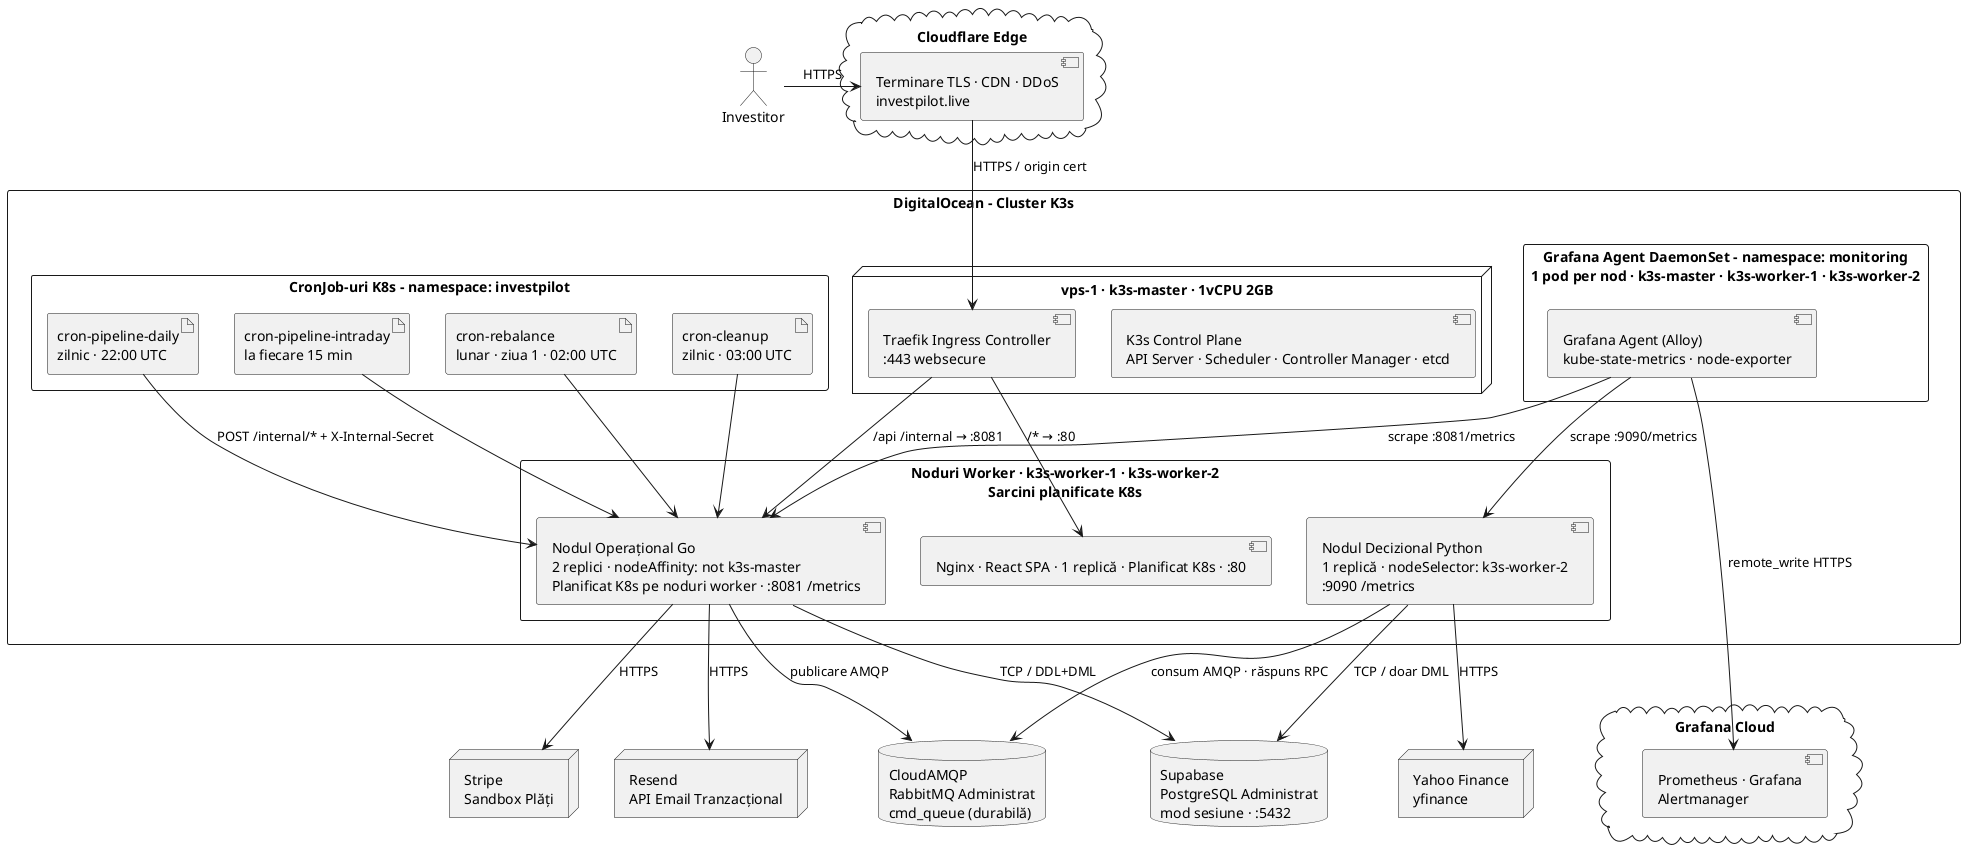
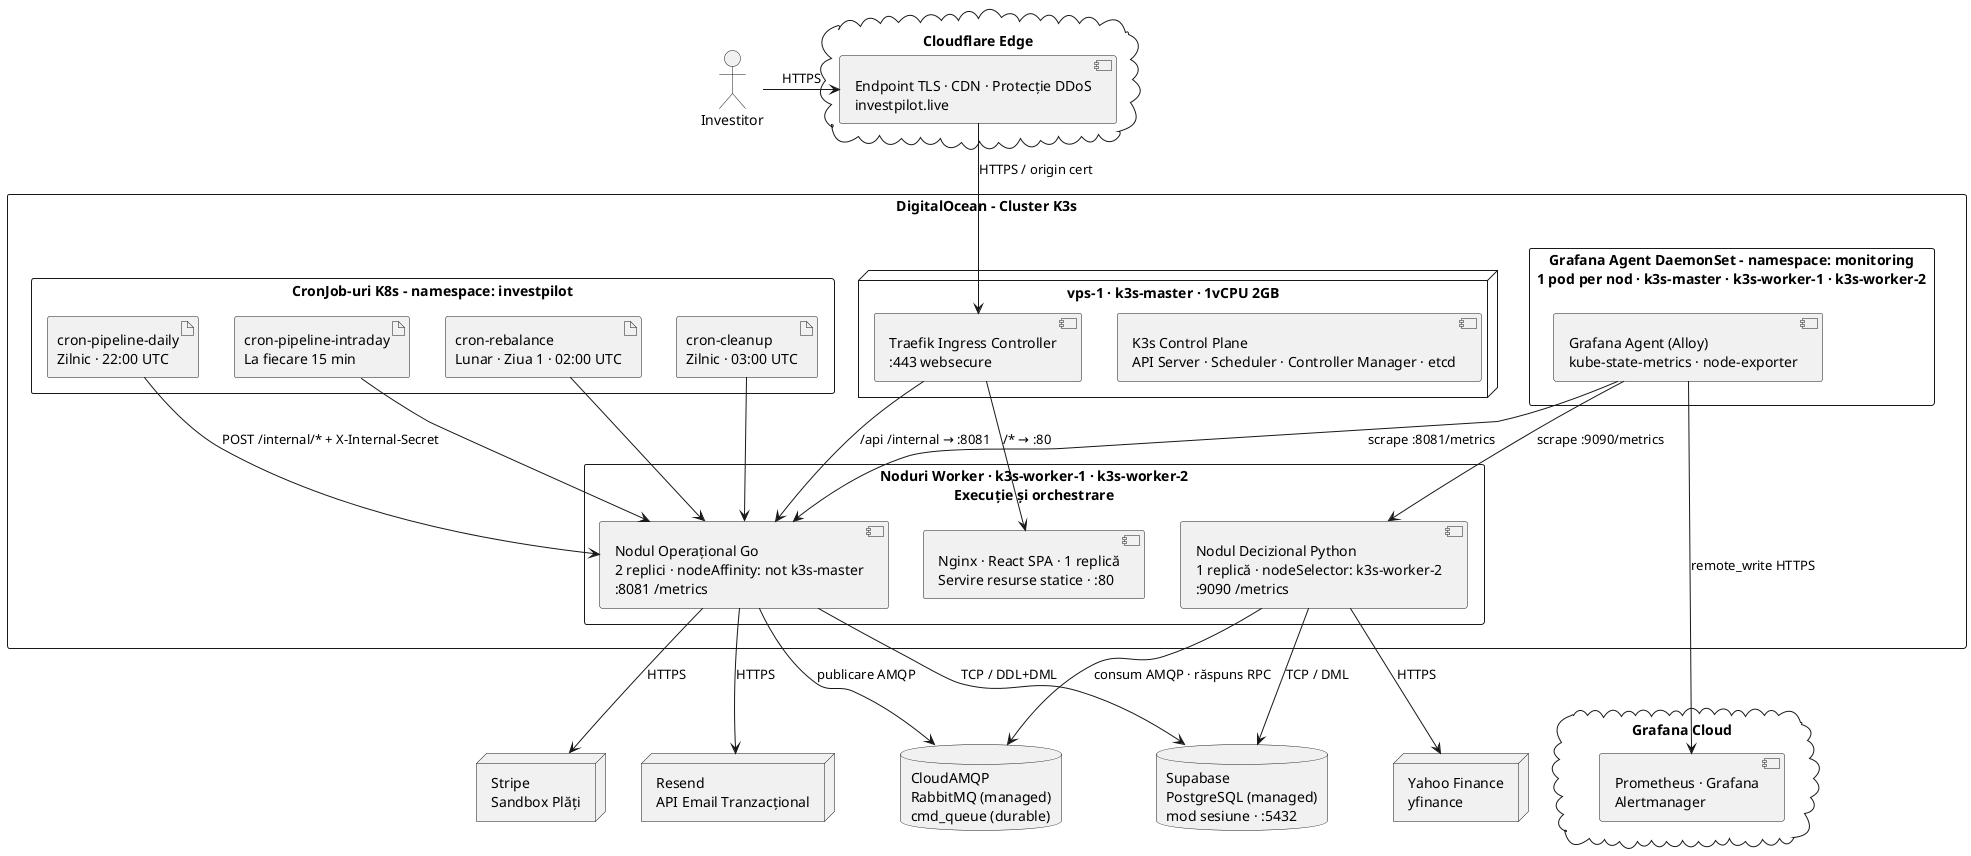
@startuml InvestPilot-Deployment-RO

top to bottom direction

actor "Investitor" as Investor

cloud "Cloudflare Edge" as CF {
-     component "Terminare TLS · CDN · DDoS\ninvestpilot.live" as CDN
+     component "Endpoint TLS · CDN · Protecție DDoS\ninvestpilot.live" as CDN
}


rectangle "DigitalOcean - Cluster K3s" as K3S {

    node "vps-1 · k3s-master · 1vCPU 2GB" as VPS1 {
        component "K3s Control Plane\nAPI Server · Scheduler · Controller Manager · etcd" as ControlPlane
        component "Traefik Ingress Controller\n:443 websecure" as Traefik
    }

-     rectangle "Noduri Worker · k3s-worker-1 · k3s-worker-2\nSarcini planificate K8s" as Workers {
-         component "Nodul Operațional Go\n2 replici · nodeAffinity: not k3s-master\nPlanificat K8s pe noduri worker · :8081 /metrics" as Go
-         component "Nginx · React SPA · 1 replică · Planificat K8s · :80" as Nginx
+     rectangle "Noduri Worker · k3s-worker-1 · k3s-worker-2\nExecuție și orchestrare" as Workers {
+         component "Nodul Operațional Go\n2 replici · nodeAffinity: not k3s-master\n:8081 /metrics" as Go
+         component "Nginx · React SPA · 1 replică\nServire resurse statice · :80" as Nginx
        component "Nodul Decizional Python\n1 replică · nodeSelector: k3s-worker-2\n:9090 /metrics" as Python
    }

    rectangle "CronJob-uri K8s - namespace: investpilot" as CJ {
-         artifact "cron-pipeline-daily\nzilnic · 22:00 UTC" as CronD
-         artifact "cron-pipeline-intraday\nla fiecare 15 min" as CronI
-         artifact "cron-rebalance\nlunar · ziua 1 · 02:00 UTC" as CronR
-         artifact "cron-cleanup\nzilnic · 03:00 UTC" as CronC
+         artifact "cron-pipeline-daily\nZilnic · 22:00 UTC" as CronD
+         artifact "cron-pipeline-intraday\nLa fiecare 15 min" as CronI
+         artifact "cron-rebalance\nLunar · Ziua 1 · 02:00 UTC" as CronR
+         artifact "cron-cleanup\nZilnic · 03:00 UTC" as CronC
    }

    rectangle "Grafana Agent DaemonSet - namespace: monitoring\n1 pod per nod · k3s-master · k3s-worker-1 · k3s-worker-2" as Mon {
        component "Grafana Agent (Alloy)\nkube-state-metrics · node-exporter" as Agent
    }

}

node "Stripe\nSandbox Plăți" as StripeExt
node "Yahoo Finance\nyfinance" as YFin
node "Resend\nAPI Email Tranzacțional" as ResendExt

- database "Supabase\nPostgreSQL Administrat\nmod sesiune · :5432" as PG
- database "CloudAMQP\nRabbitMQ Administrat\ncmd_queue (durabilă)" as AMQP
+ database "Supabase\nPostgreSQL (managed)\nmod sesiune · :5432" as PG
+ database "CloudAMQP\nRabbitMQ (managed)\ncmd_queue (durable)" as AMQP

cloud "Grafana Cloud" as GCloud {
    component "Prometheus · Grafana\nAlertmanager" as GCInner
}

' AMQP la baza
' Python -[hidden]-> AMQP
' GCloud la baza
Mon -[hidden]-> GCloud
Go -[hidden]-> GCloud

Investor -right-> CDN : HTTPS
CDN --> Traefik : HTTPS / origin cert
Traefik --> Nginx : "/* → :80"
Traefik --> Go : "/api /internal → :8081"
CronD --> Go : "POST /internal/* + X-Internal-Secret"
CronI --> Go
CronR --> Go
CronC --> Go
Go --> AMQP : publicare AMQP
Python --> AMQP : "consum AMQP · răspuns RPC"
Go --> PG : TCP / DDL+DML
- Python --> PG : TCP / doar DML
+ Python --> PG : TCP / DML
Go --> StripeExt : HTTPS
Python --> YFin : HTTPS
Agent --> Go : scrape :8081/metrics
Agent --> Python : scrape :9090/metrics
Agent --> GCInner : remote_write HTTPS
Go --> ResendExt : HTTPS
' ResendExt -[hidden]-> StripeExt

@enduml
